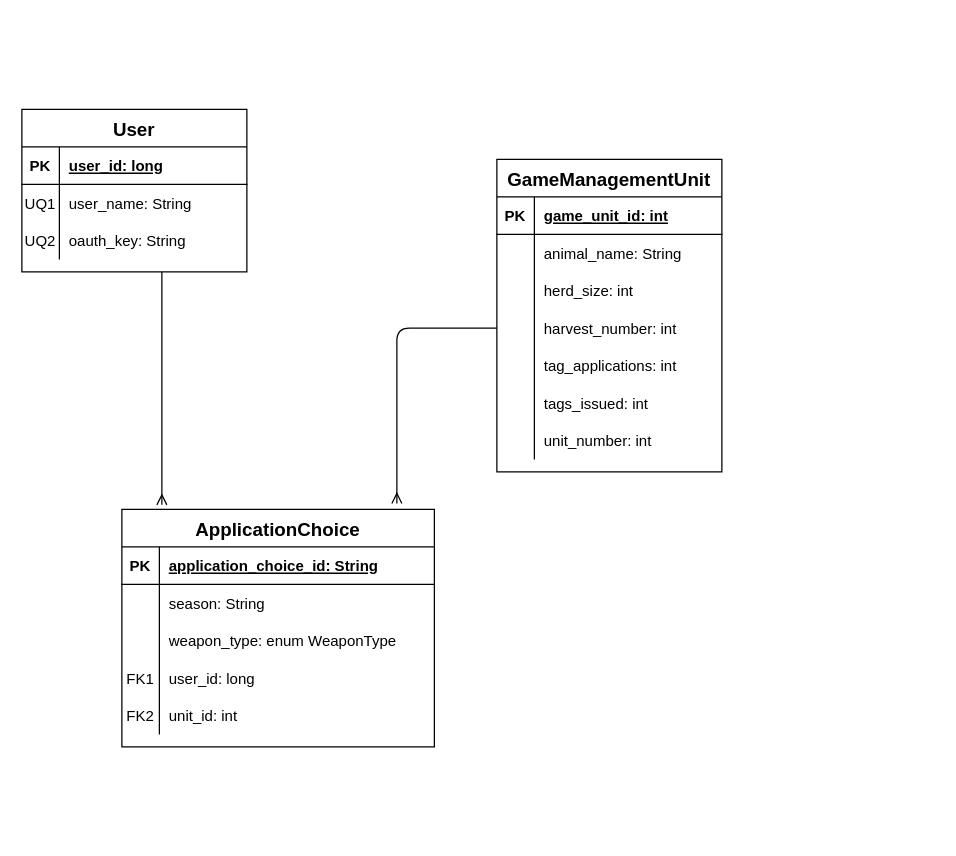
Above: docs/work/erd.drawio in ddc-java-13/top-tag (draw.io), before the change. Source tidied: cells renumbered, new cells numbered last; positions are measured from the earlier drawing's top-left corner, leaving out a move shared by most shapes. Both pictures are drawn from the tidied source at 125%, with x=0, y=0 at pixel (21, 109).
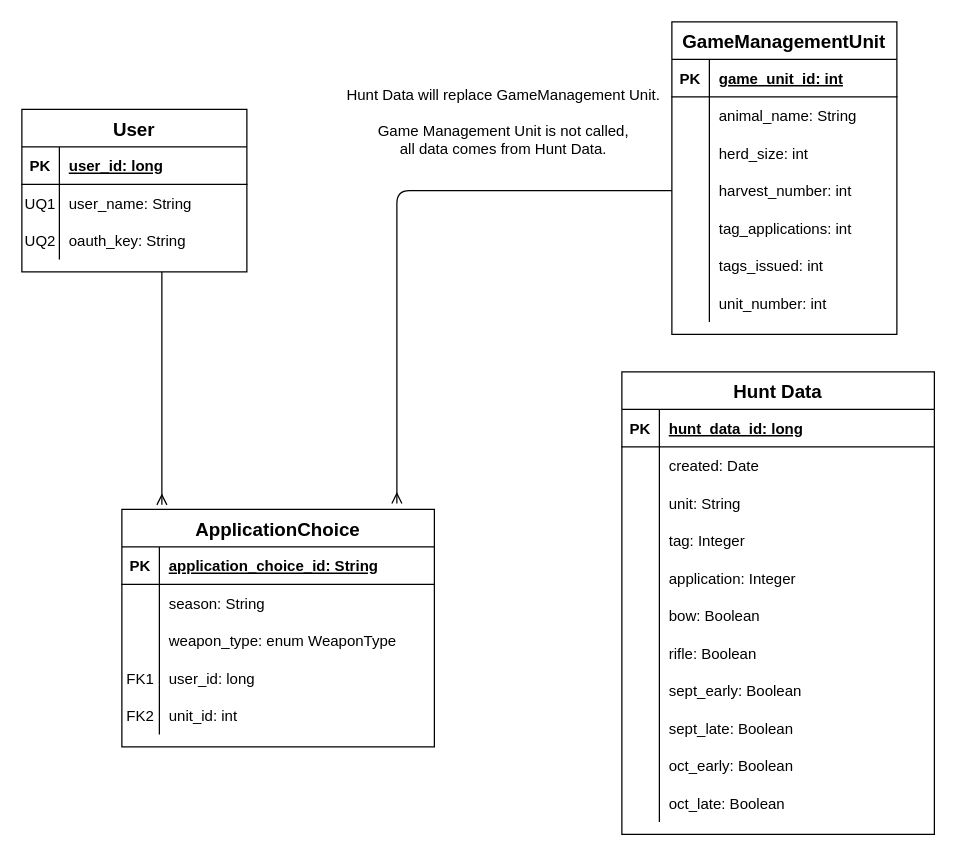
The same page after the edit.

Commit message (it also covers changes not shown here):
Updated wireframe. Deleted wireframe.svg. Started ERD update, will break app.

What changed in the source:
```diff
@@
     <mxCell id="12" value="GameManagementUnit" style="shape=table;startSize=30;childLayout=tableLayout;rowLines=0;fontStyle=1;align=center;fontSize=15;" parent="1" vertex="1">
-      <mxGeometry x="380" y="40" width="180" height="250" as="geometry" />
+      <mxGeometry x="520" y="-70" width="180" height="250" as="geometry" />
     </mxCell>
@@
+    <mxCell id="52" value="Hunt Data" style="shape=table;startSize=30;childLayout=tableLayout;rowLines=0;fontStyle=1;align=center;fontSize=15;" parent="1" vertex="1">
+      <mxGeometry x="480" y="210" width="250" height="370" as="geometry" />
+    </mxCell>
+    <mxCell id="53" style="shape=partialRectangle;fillColor=none;top=0;left=0;bottom=1;right=0;" parent="52" vertex="1">
+      <mxGeometry y="30" width="250" height="30" as="geometry" />
+    </mxCell>
+    <mxCell id="54" value="PK" style="shape=partialRectangle;fillColor=none;top=0;left=0;bottom=0;right=0;fontStyle=1;overflow=hidden;" parent="53" vertex="1">
+      <mxGeometry width="30" height="30" as="geometry" />
+    </mxCell>
+    <mxCell id="55" value="hunt_data_id: long" style="shape=partialRectangle;fillColor=none;top=0;left=0;bottom=0;right=0;align=left;spacingLeft=6;fontStyle=5;overflow=hidden;" parent="53" vertex="1">
+      <mxGeometry x="30" width="220" height="30" as="geometry" />
+    </mxCell>
+    <mxCell id="56" style="shape=partialRectangle;fillColor=none;top=0;left=0;bottom=0;right=0;" parent="52" vertex="1">
+      <mxGeometry y="60" width="250" height="30" as="geometry" />
+    </mxCell>
+    <mxCell id="57" style="shape=partialRectangle;fillColor=none;top=0;left=0;bottom=0;right=0;overflow=hidden;" parent="56" vertex="1">
+      <mxGeometry width="30" height="30" as="geometry" />
+    </mxCell>
+    <mxCell id="58" value="created: Date" style="shape=partialRectangle;fillColor=none;top=0;left=0;bottom=0;right=0;align=left;spacingLeft=6;overflow=hidden;" parent="56" vertex="1">
+      <mxGeometry x="30" width="220" height="30" as="geometry" />
+    </mxCell>
+    <mxCell id="59" style="shape=partialRectangle;fillColor=none;top=0;left=0;bottom=0;right=0;" parent="52" vertex="1">
+      <mxGeometry y="90" width="250" height="30" as="geometry" />
+    </mxCell>
+    <mxCell id="60" style="shape=partialRectangle;fillColor=none;top=0;left=0;bottom=0;right=0;overflow=hidden;" parent="59" vertex="1">
+      <mxGeometry width="30" height="30" as="geometry" />
+    </mxCell>
+    <mxCell id="61" value="unit: String" style="shape=partialRectangle;fillColor=none;top=0;left=0;bottom=0;right=0;align=left;spacingLeft=6;overflow=hidden;" parent="59" vertex="1">
+      <mxGeometry x="30" width="220" height="30" as="geometry" />
+    </mxCell>
+    <mxCell id="62" style="shape=partialRectangle;fillColor=none;top=0;left=0;bottom=0;right=0;" parent="52" vertex="1">
+      <mxGeometry y="120" width="250" height="30" as="geometry" />
+    </mxCell>
+    <mxCell id="63" style="shape=partialRectangle;fillColor=none;top=0;left=0;bottom=0;right=0;overflow=hidden;" parent="62" vertex="1">
+      <mxGeometry width="30" height="30" as="geometry" />
+    </mxCell>
+    <mxCell id="64" value="tag: Integer" style="shape=partialRectangle;fillColor=none;top=0;left=0;bottom=0;right=0;align=left;spacingLeft=6;overflow=hidden;" parent="62" vertex="1">
+      <mxGeometry x="30" width="220" height="30" as="geometry" />
+    </mxCell>
+    <mxCell id="65" style="shape=partialRectangle;fillColor=none;top=0;left=0;bottom=0;right=0;" parent="52" vertex="1">
+      <mxGeometry y="150" width="250" height="30" as="geometry" />
+    </mxCell>
+    <mxCell id="66" style="shape=partialRectangle;fillColor=none;top=0;left=0;bottom=0;right=0;overflow=hidden;" parent="65" vertex="1">
+      <mxGeometry width="30" height="30" as="geometry" />
+    </mxCell>
+    <mxCell id="67" value="application: Integer" style="shape=partialRectangle;fillColor=none;top=0;left=0;bottom=0;right=0;align=left;spacingLeft=6;overflow=hidden;" parent="65" vertex="1">
+      <mxGeometry x="30" width="220" height="30" as="geometry" />
+    </mxCell>
+    <mxCell id="68" style="shape=partialRectangle;fillColor=none;top=0;left=0;bottom=0;right=0;" parent="52" vertex="1">
+      <mxGeometry y="180" width="250" height="30" as="geometry" />
+    </mxCell>
+    <mxCell id="69" style="shape=partialRectangle;fillColor=none;top=0;left=0;bottom=0;right=0;overflow=hidden;" parent="68" vertex="1">
+      <mxGeometry width="30" height="30" as="geometry" />
+    </mxCell>
+    <mxCell id="70" value="bow: Boolean" style="shape=partialRectangle;fillColor=none;top=0;left=0;bottom=0;right=0;align=left;spacingLeft=6;overflow=hidden;" parent="68" vertex="1">
+      <mxGeometry x="30" width="220" height="30" as="geometry" />
+    </mxCell>
+    <mxCell id="71" style="shape=partialRectangle;fillColor=none;top=0;left=0;bottom=0;right=0;" parent="52" vertex="1">
+      <mxGeometry y="210" width="250" height="30" as="geometry" />
+    </mxCell>
+    <mxCell id="72" style="shape=partialRectangle;fillColor=none;top=0;left=0;bottom=0;right=0;overflow=hidden;" parent="71" vertex="1">
+      <mxGeometry width="30" height="30" as="geometry" />
+    </mxCell>
+    <mxCell id="73" value="rifle: Boolean" style="shape=partialRectangle;fillColor=none;top=0;left=0;bottom=0;right=0;align=left;spacingLeft=6;overflow=hidden;" parent="71" vertex="1">
+      <mxGeometry x="30" width="220" height="30" as="geometry" />
+    </mxCell>
+    <mxCell id="74" style="shape=partialRectangle;fillColor=none;top=0;left=0;bottom=0;right=0;" parent="52" vertex="1">
+      <mxGeometry y="240" width="250" height="30" as="geometry" />
+    </mxCell>
+    <mxCell id="75" style="shape=partialRectangle;fillColor=none;top=0;left=0;bottom=0;right=0;overflow=hidden;" parent="74" vertex="1">
+      <mxGeometry width="30" height="30" as="geometry" />
+    </mxCell>
+    <mxCell id="76" value="sept_early: Boolean" style="shape=partialRectangle;fillColor=none;top=0;left=0;bottom=0;right=0;align=left;spacingLeft=6;overflow=hidden;" parent="74" vertex="1">
+      <mxGeometry x="30" width="220" height="30" as="geometry" />
+    </mxCell>
+    <mxCell id="77" style="shape=partialRectangle;fillColor=none;top=0;left=0;bottom=0;right=0;" parent="52" vertex="1">
+      <mxGeometry y="270" width="250" height="30" as="geometry" />
+    </mxCell>
+    <mxCell id="78" style="shape=partialRectangle;fillColor=none;top=0;left=0;bottom=0;right=0;overflow=hidden;" parent="77" vertex="1">
+      <mxGeometry width="30" height="30" as="geometry" />
+    </mxCell>
+    <mxCell id="79" value="sept_late: Boolean" style="shape=partialRectangle;fillColor=none;top=0;left=0;bottom=0;right=0;align=left;spacingLeft=6;overflow=hidden;" parent="77" vertex="1">
+      <mxGeometry x="30" width="220" height="30" as="geometry" />
+    </mxCell>
+    <mxCell id="80" style="shape=partialRectangle;fillColor=none;top=0;left=0;bottom=0;right=0;" parent="52" vertex="1">
+      <mxGeometry y="300" width="250" height="30" as="geometry" />
+    </mxCell>
+    <mxCell id="81" style="shape=partialRectangle;fillColor=none;top=0;left=0;bottom=0;right=0;overflow=hidden;" parent="80" vertex="1">
+      <mxGeometry width="30" height="30" as="geometry" />
+    </mxCell>
+    <mxCell id="82" value="oct_early: Boolean" style="shape=partialRectangle;fillColor=none;top=0;left=0;bottom=0;right=0;align=left;spacingLeft=6;overflow=hidden;" parent="80" vertex="1">
+      <mxGeometry x="30" width="220" height="30" as="geometry" />
+    </mxCell>
+    <mxCell id="83" style="shape=partialRectangle;fillColor=none;top=0;left=0;bottom=0;right=0;" parent="52" vertex="1">
+      <mxGeometry y="330" width="250" height="30" as="geometry" />
+    </mxCell>
+    <mxCell id="84" style="shape=partialRectangle;fillColor=none;top=0;left=0;bottom=0;right=0;overflow=hidden;" parent="83" vertex="1">
+      <mxGeometry width="30" height="30" as="geometry" />
+    </mxCell>
+    <mxCell id="85" value="oct_late: Boolean" style="shape=partialRectangle;fillColor=none;top=0;left=0;bottom=0;right=0;align=left;spacingLeft=6;overflow=hidden;" parent="83" vertex="1">
+      <mxGeometry x="30" width="220" height="30" as="geometry" />
+    </mxCell>
+    <mxCell id="86" value="Hunt Data will replace GameManagement Unit.&lt;br&gt;&lt;br&gt;Game Management Unit is not called,&lt;br&gt;all data comes from Hunt Data." style="text;html=1;align=center;verticalAlign=middle;strokeColor=none;" parent="1" vertex="1">
+      <mxGeometry x="250" y="-20" width="270" height="60" as="geometry" />
+    </mxCell>
```
